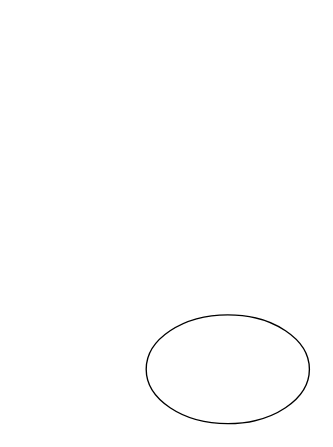
The draw.io diagram page "UML (UseCase)" (2 of 2) of uml-diagram.drawio in isalzufari/sayembaara, before the edit. Source tidied: cells renumbered, new cells numbered last; positions are measured from the earlier drawing's top-left corner, leaving out a move shared by most shapes. Both pictures are drawn from the tidied source at 136%, with x=0, y=0 at pixel (146, 314).
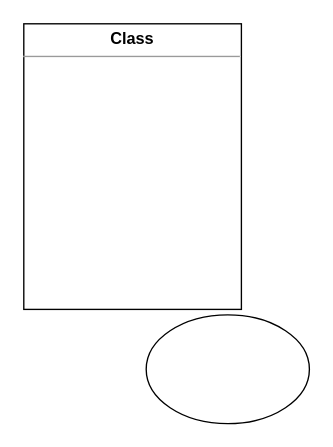
The same diagram, later.

The edit, as a diff of the source:
```diff
@@
 <mxGraphModel>
   <root>
     <mxCell id="0" />
     <mxCell id="1" parent="0" />
+    <mxCell id="3" value="&lt;p style=&quot;margin:0px;margin-top:4px;text-align:center;&quot;&gt;&lt;b&gt;Class&lt;/b&gt;&lt;/p&gt;&lt;hr size=&quot;1&quot;/&gt;&lt;div style=&quot;height:2px;&quot;&gt;&lt;/div&gt;" style="verticalAlign=top;align=left;overflow=fill;fontSize=12;fontFamily=Helvetica;html=1;whiteSpace=wrap;" parent="1" vertex="1">
+      <mxGeometry x="-90" y="-214" width="160" height="210" as="geometry" />
+    </mxCell>
     <mxCell id="2" style="ellipse;whiteSpace=wrap;html=1;fontSize=16;" parent="1" vertex="1">
       <mxGeometry width="120" height="80" as="geometry" />
     </mxCell>
   </root>
 </mxGraphModel>
```
